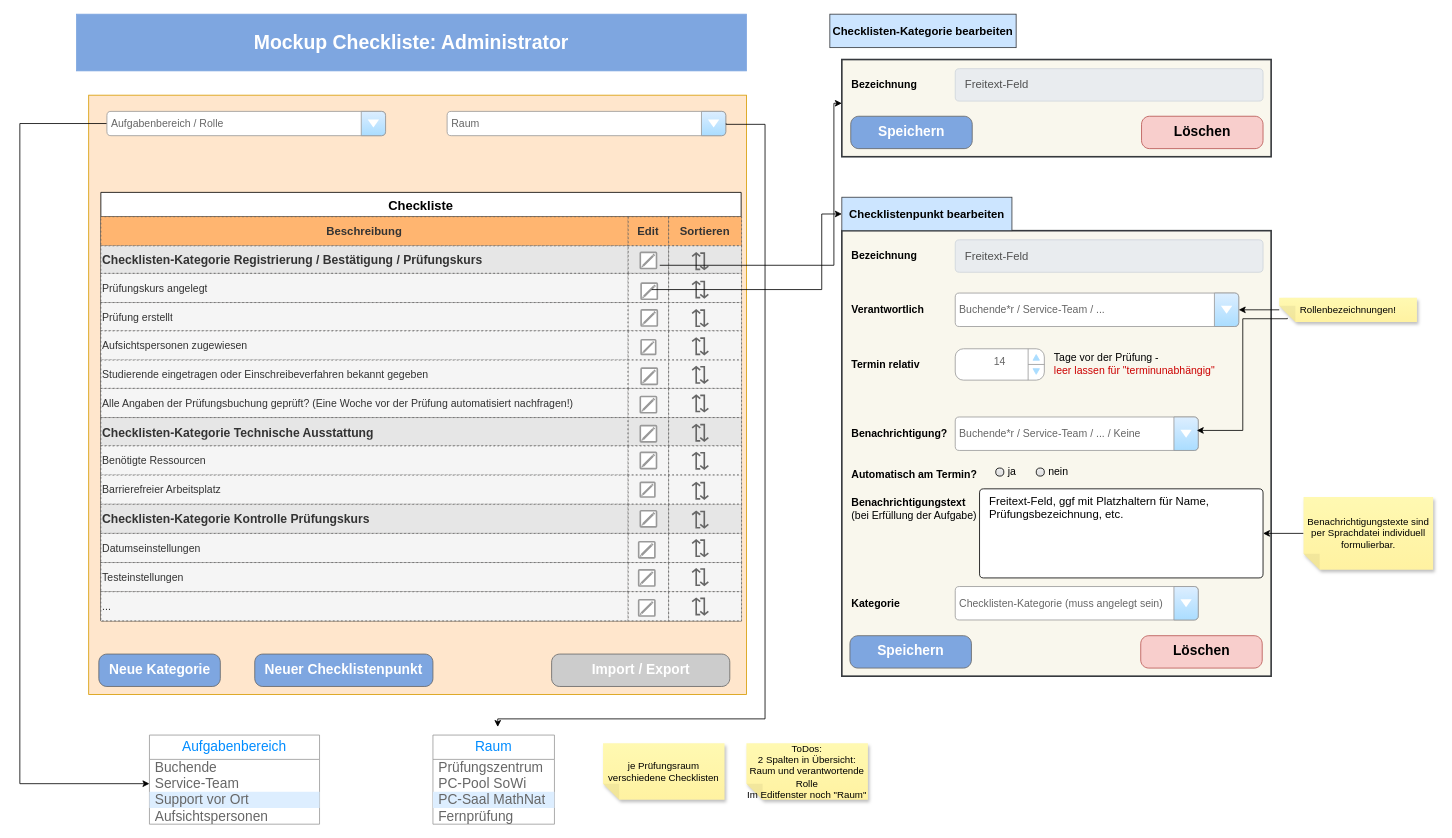
Before: page "Checkliste" (1 of 2) of Administrator.drawio in melanietreitinger/buchungstool, a draw.io diagram. Source tidied: cells renumbered, new cells numbered last; positions are measured from the earlier drawing's top-left corner, leaving out a move shared by most shapes. Both pictures are drawn from the tidied source at 81%, with x=0, y=0 at pixel (19, 14).
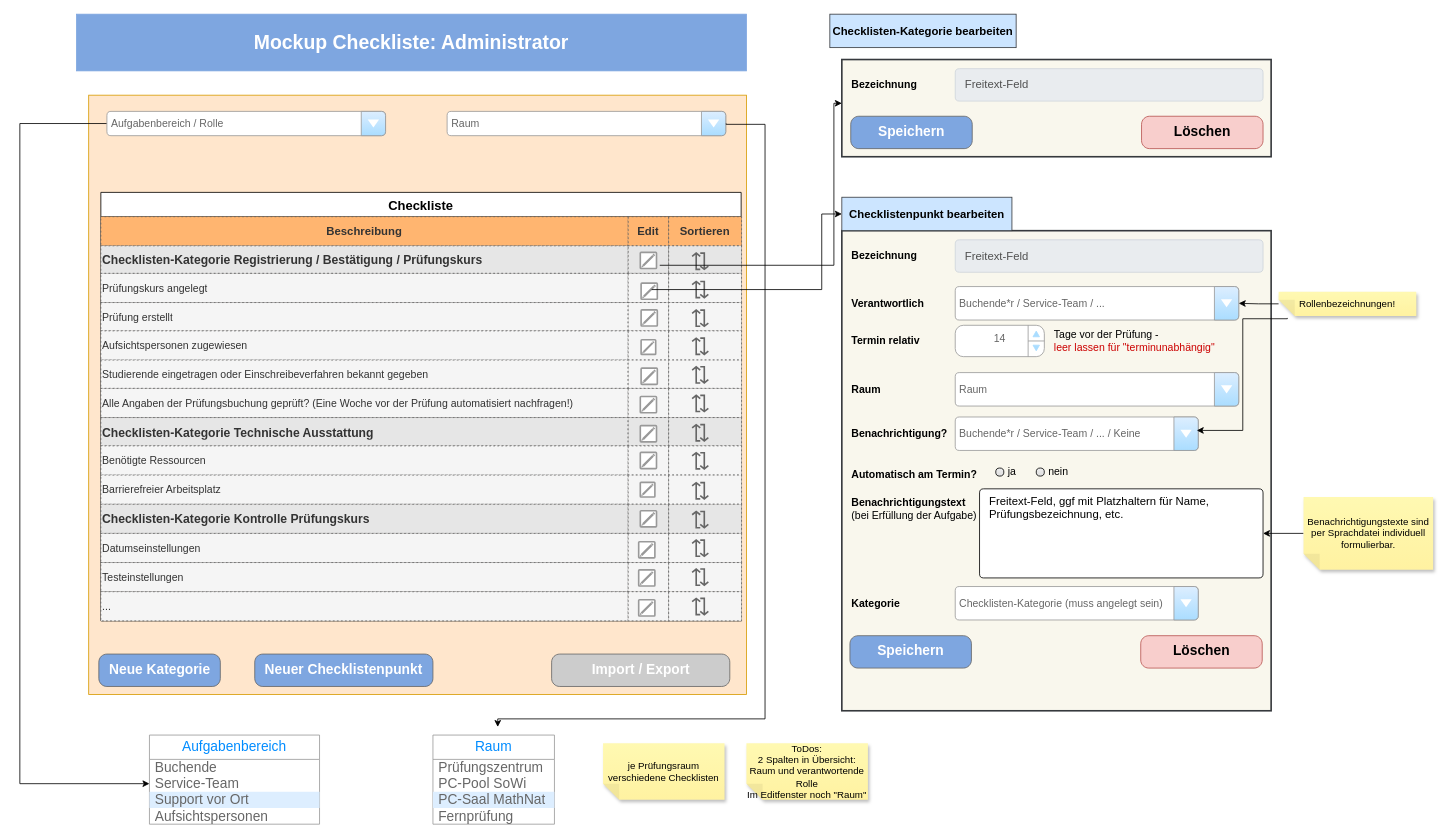
After the change.

The edit, as a diff of the source:
```diff
@@
     <mxCell id="99" style="whiteSpace=wrap;html=1;verticalAlign=top;strokeColor=#36393d;shadow=0;dashed=0;strokeWidth=2;fillColor=#f9f7ed;" parent="97" vertex="1">
-      <mxGeometry x="1014.8" y="267.3" width="530" height="550" as="geometry" />
+      <mxGeometry x="1014.8" y="267.3" width="530" height="592.7" as="geometry" />
     </mxCell>
@@
     <mxCell id="102" value="Verantwortlich" style="text;strokeColor=none;align=left;fillColor=none;html=1;verticalAlign=middle;whiteSpace=wrap;rounded=0;fontStyle=1;fontSize=13;" parent="97" vertex="1">
-      <mxGeometry x="1024.8" y="344.3" width="90" height="41.3" as="geometry" />
+      <mxGeometry x="1024.8" y="336.3" width="90" height="41.3" as="geometry" />
     </mxCell>
     <mxCell id="103" value="Buchende*r / Service-Team / ..." style="strokeWidth=1;shadow=0;dashed=0;align=center;html=1;shape=mxgraph.mockup.forms.comboBox;strokeColor=#999999;fillColor=#ddeeff;align=left;fillColor2=#aaddff;mainText=;fontColor=#666666;fontSize=13;spacingLeft=3;" parent="97" vertex="1">
-      <mxGeometry x="1154.8" y="344.3" width="350" height="41.3" as="geometry" />
+      <mxGeometry x="1154.8" y="336.3" width="350" height="41.3" as="geometry" />
     </mxCell>
@@
     <mxCell id="122" style="group;" parent="97" vertex="1">
-      <mxGeometry x="1024.8" y="386" width="700" height="212.3" as="geometry" />
+      <mxGeometry x="1024.8" y="357" width="700" height="212.3" as="geometry" />
     </mxCell>
@@
+    <mxCell id="128" value="Rollenbezeichnungen!" style="shape=note;whiteSpace=wrap;html=1;backgroundOutline=1;fontColor=#000000;darkOpacity=0.05;fillColor=#FFF9B2;strokeColor=none;fillStyle=solid;direction=west;gradientDirection=north;gradientColor=#FFF2A1;shadow=1;size=20;" parent="122" vertex="1">
+      <mxGeometry x="529.2" y="-14.4" width="170" height="30" as="geometry" />
+    </mxCell>
+    <mxCell id="151" value="Raum" style="text;strokeColor=none;align=left;fillColor=none;html=1;verticalAlign=middle;whiteSpace=wrap;rounded=0;fontStyle=1;fontSize=13;" parent="122" vertex="1">
+      <mxGeometry y="85.5" width="90" height="41.3" as="geometry" />
+    </mxCell>
+    <mxCell id="152" value="Raum" style="strokeWidth=1;shadow=0;dashed=0;align=center;html=1;shape=mxgraph.mockup.forms.comboBox;strokeColor=#999999;fillColor=#ddeeff;align=left;fillColor2=#aaddff;mainText=;fontColor=#666666;fontSize=13;spacingLeft=3;" parent="122" vertex="1">
+      <mxGeometry x="130" y="85.5" width="350" height="41.3" as="geometry" />
+    </mxCell>
@@
-    <mxCell id="128" value="Rollenbezeichnungen!" style="shape=note;whiteSpace=wrap;html=1;backgroundOutline=1;fontColor=#000000;darkOpacity=0.05;fillColor=#FFF9B2;strokeColor=none;fillStyle=solid;direction=west;gradientDirection=north;gradientColor=#FFF2A1;shadow=1;size=20;" parent="97" vertex="1">
-      <mxGeometry x="1554.8" y="350" width="170" height="30" as="geometry" />
-    </mxCell>
```
